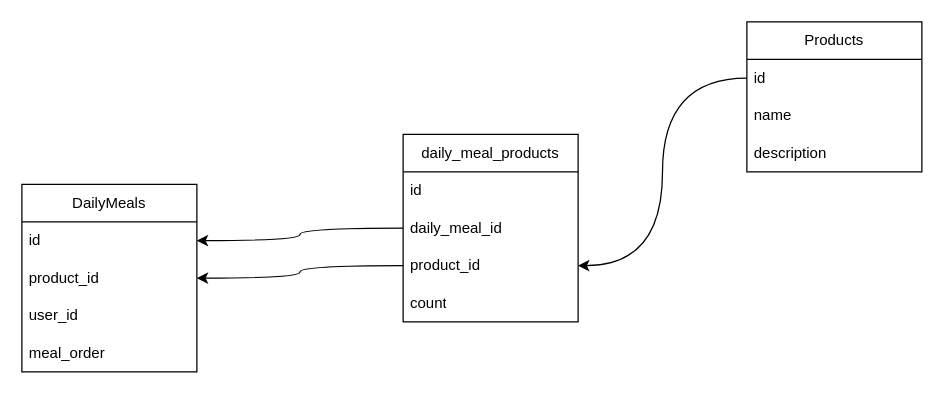
Above: schemes/db.drawio in lewenbraun/biostate-backend (draw.io), before the change. Source tidied: cells renumbered, new cells numbered last; positions are measured from the earlier drawing's top-left corner, leaving out a move shared by most shapes. Both pictures are drawn from the tidied source at 125%, with x=0, y=0 at pixel (21, 21).
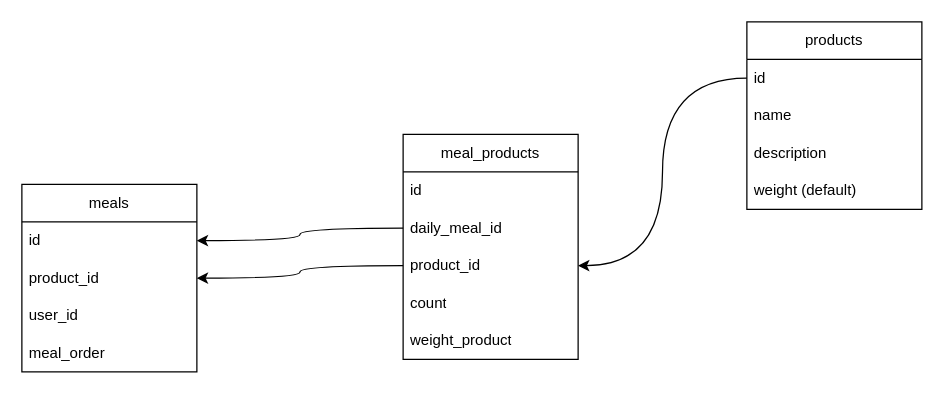
Above is the later version.

Commit message (it also covers changes not shown here):
feat: added weight product

What changed in the source:
```diff
@@
-    <mxCell id="2" value="Products" style="swimlane;fontStyle=0;horizontal=1;startSize=30;whiteSpace=wrap;html=1;" parent="1" vertex="1">
-      <mxGeometry x="580" width="140" height="120" as="geometry" />
+    <mxCell id="2" value="products" style="swimlane;fontStyle=0;horizontal=1;startSize=30;whiteSpace=wrap;html=1;" parent="1" vertex="1">
+      <mxGeometry x="580" width="140" height="150" as="geometry" />
     </mxCell>
@@
+    <mxCell id="19" value="weight (default)" style="text;strokeColor=none;fillColor=none;align=left;verticalAlign=middle;spacingLeft=4;spacingRight=4;overflow=hidden;whiteSpace=wrap;html=1;" parent="2" vertex="1">
+      <mxGeometry y="120" width="140" height="30" as="geometry" />
+    </mxCell>
-    <mxCell id="6" value="DailyMeals" style="swimlane;fontStyle=0;horizontal=1;startSize=30;whiteSpace=wrap;html=1;" parent="1" vertex="1">
+    <mxCell id="6" value="meals" style="swimlane;fontStyle=0;horizontal=1;startSize=30;whiteSpace=wrap;html=1;" parent="1" vertex="1">
       <mxGeometry y="130" width="140" height="150" as="geometry" />
     </mxCell>
@@
-    <mxCell id="11" value="daily_meal_products" style="swimlane;fontStyle=0;horizontal=1;startSize=30;whiteSpace=wrap;html=1;" parent="1" vertex="1">
-      <mxGeometry x="305" y="90" width="140" height="150" as="geometry" />
+    <mxCell id="11" value="meal_products" style="swimlane;fontStyle=0;horizontal=1;startSize=30;whiteSpace=wrap;html=1;" parent="1" vertex="1">
+      <mxGeometry x="305" y="90" width="140" height="180" as="geometry" />
     </mxCell>
@@
+    <mxCell id="20" value="weight_product" style="text;strokeColor=none;fillColor=none;align=left;verticalAlign=middle;spacingLeft=4;spacingRight=4;overflow=hidden;whiteSpace=wrap;html=1;" parent="11" vertex="1">
+      <mxGeometry y="150" width="140" height="30" as="geometry" />
+    </mxCell>
```
